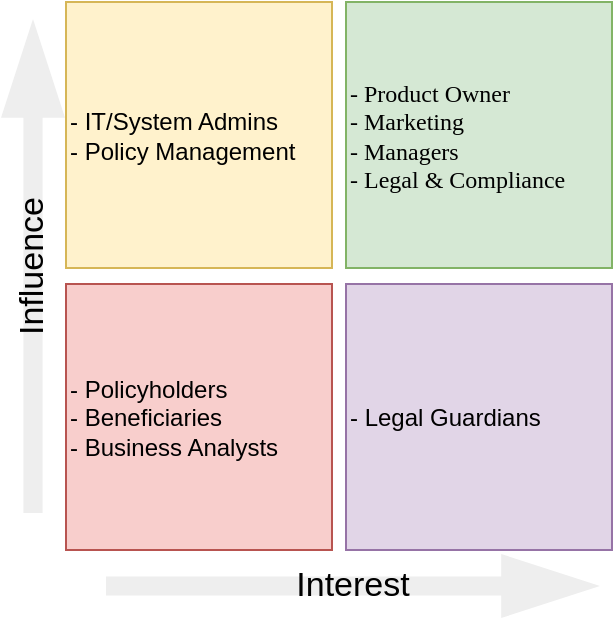
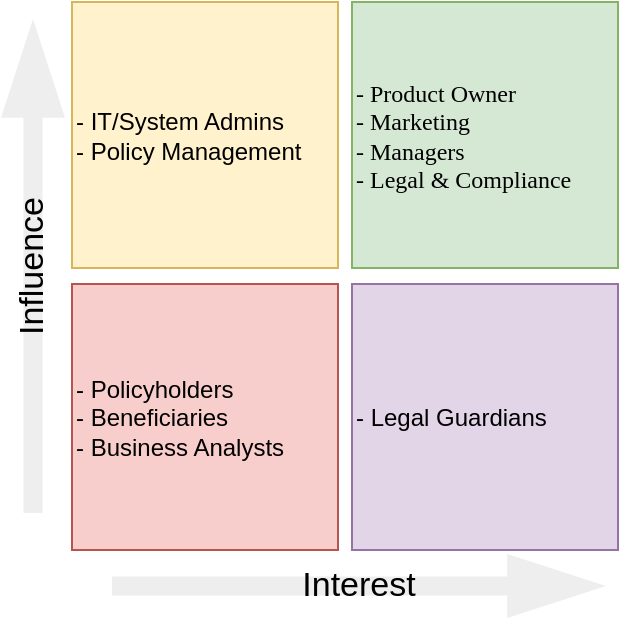
<mxfile host="app.diagrams.net">
  <diagram name="Page-1" id="X0_ej0eFDL27t5ckUI4T">
    <mxGraphModel dx="575" dy="536" grid="0" gridSize="10" guides="1" tooltips="1" connect="1" arrows="1" fold="1" page="0" pageScale="1" pageWidth="850" pageHeight="1100" math="0" shadow="0">
      <root>
        <mxCell id="0" />
        <mxCell id="1" parent="0" />
        <mxCell id="FcPAKlwMTGvNa_uXLO_C-3" parent="1" style="html=1;fillColor=#d5e8d4;strokeColor=#82b366;shadow=0;fontSize=12;align=left;fontStyle=0;whiteSpace=wrap;rounded=0;" value="&lt;font face=&quot;Verdana&quot;&gt;&lt;span style=&quot;background-color: transparent; color: light-dark(rgb(0, 0, 0), rgb(255, 255, 255));&quot;&gt;- Product Owner&lt;/span&gt;&lt;br&gt;&lt;span style=&quot;background-color: transparent; color: light-dark(rgb(0, 0, 0), rgb(255, 255, 255));&quot;&gt;- Marketing&lt;/span&gt;&lt;br&gt;&lt;span style=&quot;background-color: transparent; color: light-dark(rgb(0, 0, 0), rgb(255, 255, 255));&quot;&gt;- Managers&lt;/span&gt;&lt;br&gt;&lt;span style=&quot;background-color: transparent; color: light-dark(rgb(0, 0, 0), rgb(255, 255, 255));&quot;&gt;- Legal &amp;amp; Compliance&lt;/span&gt;&lt;/font&gt;" vertex="1">
          <mxGeometry height="133" width="133" x="490" y="214" as="geometry" />
        </mxCell>
        <mxCell id="FcPAKlwMTGvNa_uXLO_C-18" parent="1" style="html=1;fillColor=#fff2cc;strokeColor=#d6b656;shadow=0;fontSize=12;align=left;fontStyle=0;whiteSpace=wrap;rounded=0;" value="- IT/System Admins&lt;div&gt;- Policy Management&lt;/div&gt;" vertex="1">
          <mxGeometry height="133" width="133" x="350" y="214" as="geometry" />
        </mxCell>
        <mxCell id="FcPAKlwMTGvNa_uXLO_C-19" parent="1" style="html=1;fillColor=#f8cecc;strokeColor=#b85450;shadow=0;fontSize=12;align=left;fontStyle=0;whiteSpace=wrap;rounded=0;" value="- Policyholders&lt;div&gt;&lt;span style=&quot;background-color: transparent; color: light-dark(rgb(0, 0, 0), rgb(255, 255, 255));&quot;&gt;- Beneficiaries&lt;/span&gt;&lt;div&gt;- Business Analysts&lt;/div&gt;&lt;/div&gt;" vertex="1">
          <mxGeometry height="133" width="133" x="350" y="355" as="geometry" />
        </mxCell>
        <mxCell id="FcPAKlwMTGvNa_uXLO_C-20" parent="1" style="html=1;fillColor=#e1d5e7;strokeColor=#9673a6;shadow=0;fontSize=12;align=left;fontStyle=0;whiteSpace=wrap;rounded=0;" value="- Legal Guardians" vertex="1">
          <mxGeometry height="133" width="133" x="490" y="355" as="geometry" />
        </mxCell>
        <mxCell id="FcPAKlwMTGvNa_uXLO_C-21" parent="1" style="shape=singleArrow;whiteSpace=wrap;html=1;align=center;dashed=1;fillColor=#eeeeee;strokeColor=none;" value="&lt;div style=&quot;text-align: justify;&quot;&gt;&lt;span style=&quot;font-size: 17px; background-color: transparent; color: light-dark(rgb(0, 0, 0), rgb(255, 255, 255));&quot;&gt;Interest&lt;/span&gt;&lt;/div&gt;" vertex="1">
          <mxGeometry height="32" width="247" x="370" y="490" as="geometry" />
        </mxCell>
        <mxCell id="FcPAKlwMTGvNa_uXLO_C-22" parent="1" style="shape=singleArrow;whiteSpace=wrap;html=1;align=center;dashed=1;fillColor=#eeeeee;strokeColor=none;rotation=-90;" value="&lt;div style=&quot;text-align: justify;&quot;&gt;&lt;span style=&quot;font-size: 17px; background-color: transparent; color: light-dark(rgb(0, 0, 0), rgb(255, 255, 255));&quot;&gt;Influence&lt;/span&gt;&lt;/div&gt;" vertex="1">
-           <mxGeometry height="32" width="247" x="210" y="330" as="geometry" />
+           <mxGeometry height="32" width="247" x="207" y="330" as="geometry" />
        </mxCell>
      </root>
    </mxGraphModel>
  </diagram>
</mxfile>
